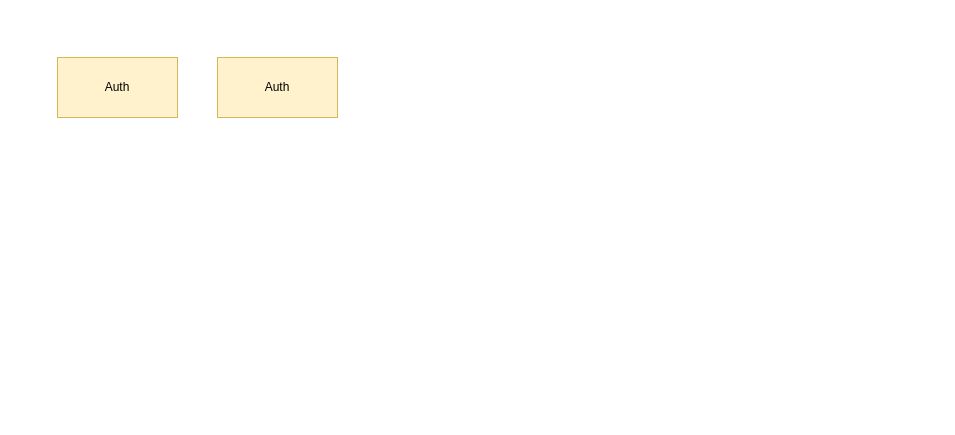
Earlier version of the draw.io diagram Shop.drawio (r3sdev/shop). Source tidied: cells renumbered, new cells numbered last; positions are measured from the earlier drawing's top-left corner, leaving out a move shared by most shapes. Both pictures are drawn from the tidied source at 100%, with x=0, y=0 at pixel (57, 57).
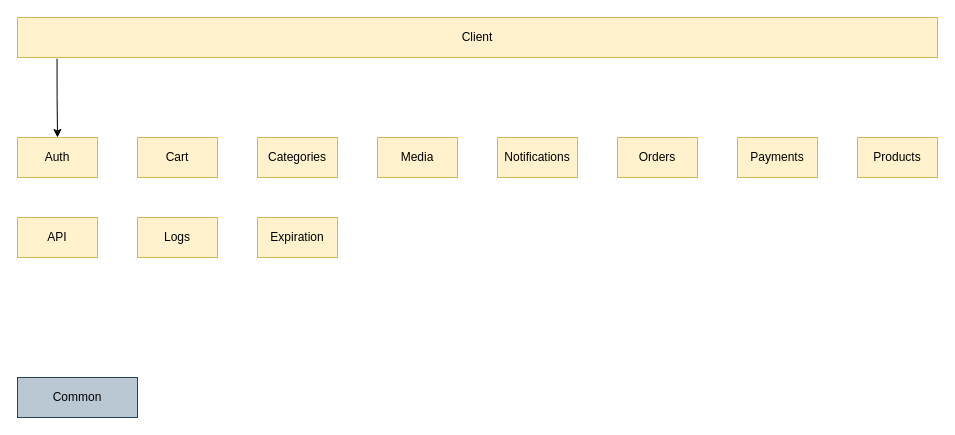
The same page after the edit.

What changed in the source:
```diff
@@
 <mxGraphModel>
   <root>
     <mxCell id="0" />
     <mxCell id="1" parent="0" />
-    <mxCell id="2" value="Auth" style="rounded=0;whiteSpace=wrap;html=1;fillColor=#fff2cc;strokeColor=#d6b656;" parent="1" vertex="1">
-      <mxGeometry width="120" height="60" as="geometry" />
+    <mxCell id="2" value="API" style="rounded=0;whiteSpace=wrap;html=1;fillColor=#fff2cc;strokeColor=#d6b656;" parent="1" vertex="1">
+      <mxGeometry x="-40" y="160" width="80" height="40" as="geometry" />
     </mxCell>
-    <mxCell id="3" value="Auth" style="rounded=0;whiteSpace=wrap;html=1;fillColor=#fff2cc;strokeColor=#d6b656;" parent="1" vertex="1">
-      <mxGeometry x="160" width="120" height="60" as="geometry" />
+    <mxCell id="3" value="Auth" style="rounded=0;whiteSpace=wrap;html=1;fillColor=#fff2cc;strokeColor=#d6b656;glass=0;shadow=0;comic=0;" parent="1" vertex="1">
+      <mxGeometry x="-40" y="80" width="80" height="40" as="geometry" />
     </mxCell>
+    <mxCell id="4" value="Cart" style="rounded=0;whiteSpace=wrap;html=1;fillColor=#fff2cc;strokeColor=#d6b656;" parent="1" vertex="1">
+      <mxGeometry x="80" y="80" width="80" height="40" as="geometry" />
+    </mxCell>
+    <mxCell id="5" value="Categories" style="rounded=0;whiteSpace=wrap;html=1;fillColor=#fff2cc;strokeColor=#d6b656;" parent="1" vertex="1">
+      <mxGeometry x="200" y="80" width="80" height="40" as="geometry" />
+    </mxCell>
+    <mxCell id="6" style="edgeStyle=orthogonalEdgeStyle;rounded=0;jettySize=auto;html=1;exitX=0.043;exitY=1.031;exitDx=0;exitDy=0;exitPerimeter=0;entryX=0.5;entryY=0;entryDx=0;entryDy=0;" parent="1" edge="1" source="7" target="3">
+      <mxGeometry relative="1" as="geometry">
+        <Array as="points">
+          <mxPoint y="40" />
+          <mxPoint y="40" />
+        </Array>
+      </mxGeometry>
+    </mxCell>
+    <mxCell id="7" value="Client" style="rounded=0;whiteSpace=wrap;html=1;fillColor=#fff2cc;strokeColor=#d6b656;" parent="1" vertex="1">
+      <mxGeometry x="-40" y="-40" width="920" height="40" as="geometry" />
+    </mxCell>
+    <mxCell id="8" value="Common" style="rounded=0;whiteSpace=wrap;html=1;fillColor=#bac8d3;strokeColor=#23445d;" parent="1" vertex="1">
+      <mxGeometry x="-40" y="320" width="120" height="40" as="geometry" />
+    </mxCell>
+    <mxCell id="9" value="Expiration" style="rounded=0;whiteSpace=wrap;html=1;fillColor=#fff2cc;strokeColor=#d6b656;" parent="1" vertex="1">
+      <mxGeometry x="200" y="160" width="80" height="40" as="geometry" />
+    </mxCell>
+    <mxCell id="10" value="Logs" style="rounded=0;whiteSpace=wrap;html=1;fillColor=#fff2cc;strokeColor=#d6b656;" parent="1" vertex="1">
+      <mxGeometry x="80" y="160" width="80" height="40" as="geometry" />
+    </mxCell>
+    <mxCell id="11" value="Media" style="rounded=0;whiteSpace=wrap;html=1;fillColor=#fff2cc;strokeColor=#d6b656;" parent="1" vertex="1">
+      <mxGeometry x="320" y="80" width="80" height="40" as="geometry" />
+    </mxCell>
+    <mxCell id="12" value="Notifications" style="rounded=0;whiteSpace=wrap;html=1;fillColor=#fff2cc;strokeColor=#d6b656;" parent="1" vertex="1">
+      <mxGeometry x="440" y="80" width="80" height="40" as="geometry" />
+    </mxCell>
+    <mxCell id="13" value="Orders" style="rounded=0;whiteSpace=wrap;html=1;fillColor=#fff2cc;strokeColor=#d6b656;" parent="1" vertex="1">
+      <mxGeometry x="560" y="80" width="80" height="40" as="geometry" />
+    </mxCell>
+    <mxCell id="14" value="Payments" style="rounded=0;whiteSpace=wrap;html=1;fillColor=#fff2cc;strokeColor=#d6b656;" parent="1" vertex="1">
+      <mxGeometry x="680" y="80" width="80" height="40" as="geometry" />
+    </mxCell>
+    <mxCell id="15" value="Products" style="rounded=0;whiteSpace=wrap;html=1;fillColor=#fff2cc;strokeColor=#d6b656;" parent="1" vertex="1">
+      <mxGeometry x="800" y="80" width="80" height="40" as="geometry" />
+    </mxCell>
   </root>
 </mxGraphModel>
```
